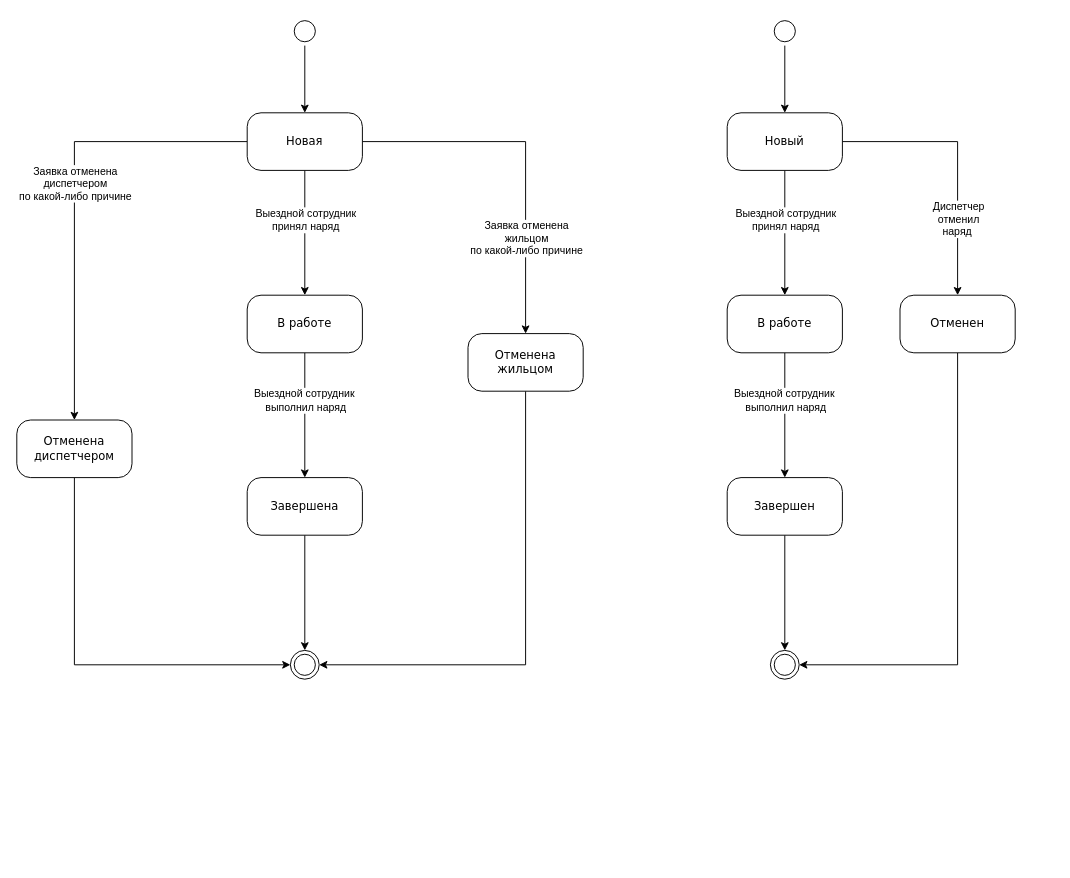
Above: state.drawio in iamquoz/essen (draw.io), before the change. Source tidied: cells renumbered, new cells numbered last; positions are measured from the earlier drawing's top-left corner, leaving out a move shared by most shapes. Both pictures are drawn from the tidied source at 96%, with x=0, y=0 at pixel (16, 16).
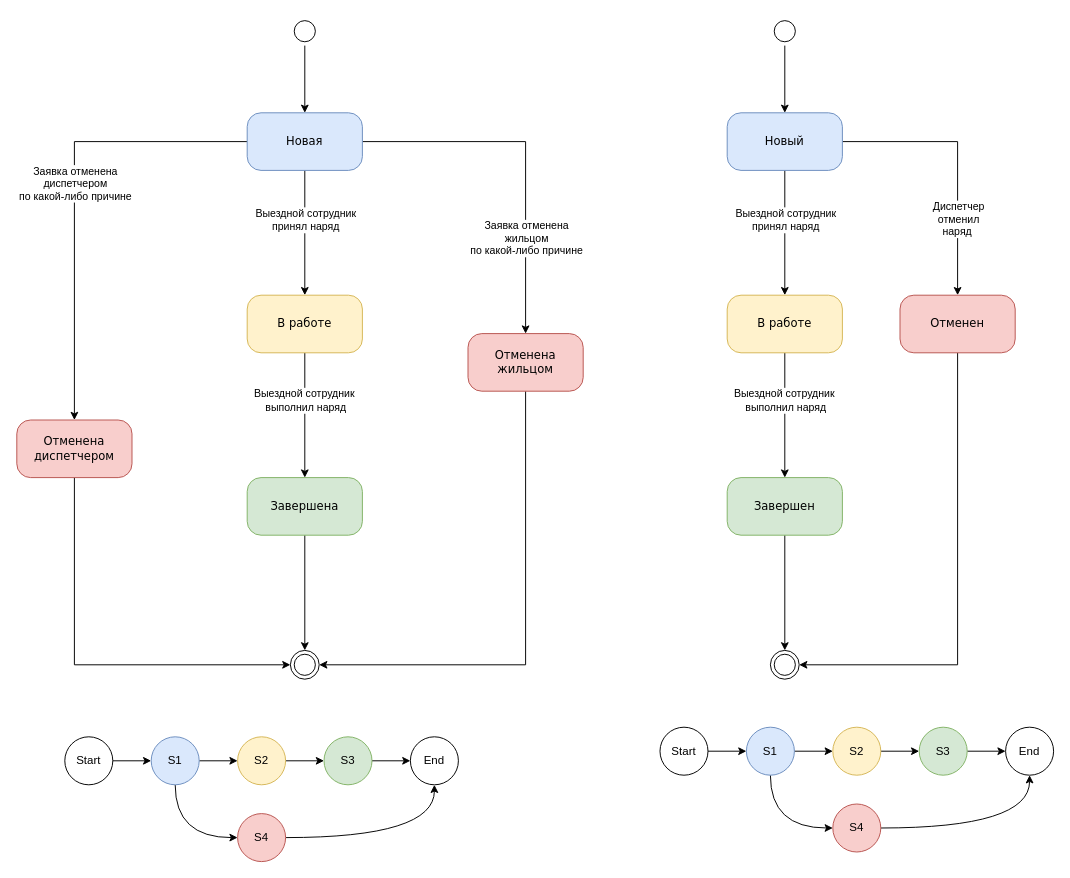
After the change.

Diff of the diagram source:
```diff
@@
-    <mxCell id="5" value="Завершена" style="rounded=1;whiteSpace=wrap;html=1;arcSize=24;shadow=0;comic=0;labelBackgroundColor=none;fontFamily=Verdana;fontSize=12;align=center;" parent="1" vertex="1">
+    <mxCell id="5" value="Завершена" style="rounded=1;whiteSpace=wrap;html=1;arcSize=24;shadow=0;comic=0;labelBackgroundColor=none;fontFamily=Verdana;fontSize=12;align=center;fillColor=#d5e8d4;strokeColor=#82b366;" parent="1" vertex="1">
       <mxGeometry x="240" y="480" width="120" height="60" as="geometry" />
     </mxCell>
@@
-    <mxCell id="11" value="Новая" style="rounded=1;whiteSpace=wrap;html=1;arcSize=24;shadow=0;comic=0;labelBackgroundColor=none;fontFamily=Verdana;fontSize=12;align=center;" parent="1" vertex="1">
+    <mxCell id="11" value="Новая" style="rounded=1;whiteSpace=wrap;html=1;arcSize=24;shadow=0;comic=0;labelBackgroundColor=none;fontFamily=Verdana;fontSize=12;align=center;fillColor=#dae8fc;strokeColor=#6c8ebf;" parent="1" vertex="1">
       <mxGeometry x="240" y="100" width="120" height="60" as="geometry" />
     </mxCell>
@@
-    <mxCell id="14" value="В работе" style="rounded=1;whiteSpace=wrap;html=1;arcSize=24;shadow=0;comic=0;labelBackgroundColor=none;fontFamily=Verdana;fontSize=12;align=center;" parent="1" vertex="1">
+    <mxCell id="14" value="В работе" style="rounded=1;whiteSpace=wrap;html=1;arcSize=24;shadow=0;comic=0;labelBackgroundColor=none;fontFamily=Verdana;fontSize=12;align=center;fillColor=#fff2cc;strokeColor=#d6b656;" parent="1" vertex="1">
       <mxGeometry x="240" y="290" width="120" height="60" as="geometry" />
     </mxCell>
@@
-    <mxCell id="16" value="Отменена жильцом" style="rounded=1;whiteSpace=wrap;html=1;arcSize=24;shadow=0;comic=0;labelBackgroundColor=none;fontFamily=Verdana;fontSize=12;align=center;" parent="1" vertex="1">
+    <mxCell id="16" value="Отменена жильцом" style="rounded=1;whiteSpace=wrap;html=1;arcSize=24;shadow=0;comic=0;labelBackgroundColor=none;fontFamily=Verdana;fontSize=12;align=center;fillColor=#f8cecc;strokeColor=#b85450;" parent="1" vertex="1">
       <mxGeometry x="470" y="330" width="120" height="60" as="geometry" />
     </mxCell>
@@
-    <mxCell id="18" value="Отменена диспетчером" style="rounded=1;whiteSpace=wrap;html=1;arcSize=24;shadow=0;comic=0;labelBackgroundColor=none;fontFamily=Verdana;fontSize=12;align=center;" parent="1" vertex="1">
+    <mxCell id="18" value="Отменена диспетчером" style="rounded=1;whiteSpace=wrap;html=1;arcSize=24;shadow=0;comic=0;labelBackgroundColor=none;fontFamily=Verdana;fontSize=12;align=center;fillColor=#f8cecc;strokeColor=#b85450;" parent="1" vertex="1">
       <mxGeometry y="420" width="120" height="60" as="geometry" />
     </mxCell>
@@
-    <mxCell id="24" value="Завершен" style="rounded=1;whiteSpace=wrap;html=1;arcSize=24;shadow=0;comic=0;labelBackgroundColor=none;fontFamily=Verdana;fontSize=12;align=center;" parent="1" vertex="1">
+    <mxCell id="24" value="Завершен" style="rounded=1;whiteSpace=wrap;html=1;arcSize=24;shadow=0;comic=0;labelBackgroundColor=none;fontFamily=Verdana;fontSize=12;align=center;fillColor=#d5e8d4;strokeColor=#82b366;" parent="1" vertex="1">
       <mxGeometry x="740" y="480" width="120" height="60" as="geometry" />
     </mxCell>
@@
-    <mxCell id="29" value="Новый" style="rounded=1;whiteSpace=wrap;html=1;arcSize=24;shadow=0;comic=0;labelBackgroundColor=none;fontFamily=Verdana;fontSize=12;align=center;" parent="1" vertex="1">
+    <mxCell id="29" value="Новый" style="rounded=1;whiteSpace=wrap;html=1;arcSize=24;shadow=0;comic=0;labelBackgroundColor=none;fontFamily=Verdana;fontSize=12;align=center;fillColor=#dae8fc;strokeColor=#6c8ebf;" parent="1" vertex="1">
       <mxGeometry x="740" y="100" width="120" height="60" as="geometry" />
     </mxCell>
@@
-    <mxCell id="32" value="В работе" style="rounded=1;whiteSpace=wrap;html=1;arcSize=24;shadow=0;comic=0;labelBackgroundColor=none;fontFamily=Verdana;fontSize=12;align=center;" parent="1" vertex="1">
+    <mxCell id="32" value="В работе" style="rounded=1;whiteSpace=wrap;html=1;arcSize=24;shadow=0;comic=0;labelBackgroundColor=none;fontFamily=Verdana;fontSize=12;align=center;fillColor=#fff2cc;strokeColor=#d6b656;" parent="1" vertex="1">
       <mxGeometry x="740" y="290" width="120" height="60" as="geometry" />
     </mxCell>
@@
-    <mxCell id="35" value="Отменен" style="rounded=1;whiteSpace=wrap;html=1;arcSize=24;shadow=0;comic=0;labelBackgroundColor=none;fontFamily=Verdana;fontSize=12;align=center;" parent="1" vertex="1">
+    <mxCell id="35" value="Отменен" style="rounded=1;whiteSpace=wrap;html=1;arcSize=24;shadow=0;comic=0;labelBackgroundColor=none;fontFamily=Verdana;fontSize=12;align=center;fillColor=#f8cecc;strokeColor=#b85450;" parent="1" vertex="1">
       <mxGeometry x="920" y="290" width="120" height="60" as="geometry" />
     </mxCell>
+    <mxCell id="36" style="edgeStyle=orthogonalEdgeStyle;rounded=0;jettySize=auto;html=1;entryX=0;entryY=0.5;entryDx=0;entryDy=0;" parent="1" edge="1" source="37" target="40">
+      <mxGeometry relative="1" as="geometry" />
+    </mxCell>
+    <mxCell id="37" value="Start" style="ellipse;whiteSpace=wrap;html=1;" parent="1" vertex="1">
+      <mxGeometry x="50" y="750" width="50" height="50" as="geometry" />
+    </mxCell>
+    <mxCell id="38" style="edgeStyle=orthogonalEdgeStyle;rounded=0;jettySize=auto;html=1;entryX=0;entryY=0.5;entryDx=0;entryDy=0;" parent="1" edge="1" source="40" target="42">
+      <mxGeometry relative="1" as="geometry" />
+    </mxCell>
+    <mxCell id="39" style="edgeStyle=orthogonalEdgeStyle;jettySize=auto;html=1;entryX=0;entryY=0.5;entryDx=0;entryDy=0;curved=1;exitX=0.5;exitY=1;exitDx=0;exitDy=0;" parent="1" edge="1" source="40" target="47">
+      <mxGeometry relative="1" as="geometry" />
+    </mxCell>
+    <mxCell id="40" value="S1" style="ellipse;whiteSpace=wrap;html=1;fillColor=#dae8fc;strokeColor=#6c8ebf;" parent="1" vertex="1">
+      <mxGeometry x="140" y="750" width="50" height="50" as="geometry" />
+    </mxCell>
+    <mxCell id="41" style="edgeStyle=orthogonalEdgeStyle;rounded=0;jettySize=auto;html=1;entryX=0;entryY=0.5;entryDx=0;entryDy=0;" parent="1" edge="1" source="42" target="44">
+      <mxGeometry relative="1" as="geometry" />
+    </mxCell>
+    <mxCell id="42" value="S2" style="ellipse;whiteSpace=wrap;html=1;fillColor=#fff2cc;strokeColor=#d6b656;" parent="1" vertex="1">
+      <mxGeometry x="230" y="750" width="50" height="50" as="geometry" />
+    </mxCell>
+    <mxCell id="43" style="edgeStyle=orthogonalEdgeStyle;rounded=0;jettySize=auto;html=1;entryX=0;entryY=0.5;entryDx=0;entryDy=0;" parent="1" edge="1" source="44" target="45">
+      <mxGeometry relative="1" as="geometry" />
+    </mxCell>
+    <mxCell id="44" value="S3" style="ellipse;whiteSpace=wrap;html=1;fillColor=#d5e8d4;strokeColor=#82b366;" parent="1" vertex="1">
+      <mxGeometry x="320" y="750" width="50" height="50" as="geometry" />
+    </mxCell>
+    <mxCell id="45" value="End" style="ellipse;whiteSpace=wrap;html=1;" parent="1" vertex="1">
+      <mxGeometry x="410" y="750" width="50" height="50" as="geometry" />
+    </mxCell>
+    <mxCell id="46" style="edgeStyle=orthogonalEdgeStyle;jettySize=auto;html=1;entryX=0.5;entryY=1;entryDx=0;entryDy=0;curved=1;" parent="1" edge="1" source="47" target="45">
+      <mxGeometry relative="1" as="geometry" />
+    </mxCell>
+    <mxCell id="47" value="S4" style="ellipse;whiteSpace=wrap;html=1;fillColor=#f8cecc;strokeColor=#b85450;" parent="1" vertex="1">
+      <mxGeometry x="230" y="830" width="50" height="50" as="geometry" />
+    </mxCell>
+    <mxCell id="48" style="edgeStyle=orthogonalEdgeStyle;rounded=0;jettySize=auto;html=1;entryX=0;entryY=0.5;entryDx=0;entryDy=0;" parent="1" edge="1" source="49" target="52">
+      <mxGeometry relative="1" as="geometry" />
+    </mxCell>
+    <mxCell id="49" value="Start" style="ellipse;whiteSpace=wrap;html=1;" parent="1" vertex="1">
+      <mxGeometry x="670" y="740" width="50" height="50" as="geometry" />
+    </mxCell>
+    <mxCell id="50" style="edgeStyle=orthogonalEdgeStyle;rounded=0;jettySize=auto;html=1;entryX=0;entryY=0.5;entryDx=0;entryDy=0;" parent="1" edge="1" source="52" target="54">
+      <mxGeometry relative="1" as="geometry" />
+    </mxCell>
+    <mxCell id="51" style="edgeStyle=orthogonalEdgeStyle;jettySize=auto;html=1;entryX=0;entryY=0.5;entryDx=0;entryDy=0;curved=1;exitX=0.5;exitY=1;exitDx=0;exitDy=0;" parent="1" edge="1" source="52" target="59">
+      <mxGeometry relative="1" as="geometry" />
+    </mxCell>
+    <mxCell id="52" value="S1" style="ellipse;whiteSpace=wrap;html=1;fillColor=#dae8fc;strokeColor=#6c8ebf;" parent="1" vertex="1">
+      <mxGeometry x="760" y="740" width="50" height="50" as="geometry" />
+    </mxCell>
+    <mxCell id="53" style="edgeStyle=orthogonalEdgeStyle;rounded=0;jettySize=auto;html=1;entryX=0;entryY=0.5;entryDx=0;entryDy=0;" parent="1" edge="1" source="54" target="56">
+      <mxGeometry relative="1" as="geometry" />
+    </mxCell>
+    <mxCell id="54" value="S2" style="ellipse;whiteSpace=wrap;html=1;fillColor=#fff2cc;strokeColor=#d6b656;" parent="1" vertex="1">
+      <mxGeometry x="850" y="740" width="50" height="50" as="geometry" />
+    </mxCell>
+    <mxCell id="55" style="edgeStyle=orthogonalEdgeStyle;rounded=0;jettySize=auto;html=1;entryX=0;entryY=0.5;entryDx=0;entryDy=0;" parent="1" edge="1" source="56" target="57">
+      <mxGeometry relative="1" as="geometry" />
+    </mxCell>
+    <mxCell id="56" value="S3" style="ellipse;whiteSpace=wrap;html=1;fillColor=#d5e8d4;strokeColor=#82b366;" parent="1" vertex="1">
+      <mxGeometry x="940" y="740" width="50" height="50" as="geometry" />
+    </mxCell>
+    <mxCell id="57" value="End" style="ellipse;whiteSpace=wrap;html=1;" parent="1" vertex="1">
+      <mxGeometry x="1030" y="740" width="50" height="50" as="geometry" />
+    </mxCell>
+    <mxCell id="58" style="edgeStyle=orthogonalEdgeStyle;jettySize=auto;html=1;entryX=0.5;entryY=1;entryDx=0;entryDy=0;curved=1;" parent="1" edge="1" source="59" target="57">
+      <mxGeometry relative="1" as="geometry" />
+    </mxCell>
+    <mxCell id="59" value="S4" style="ellipse;whiteSpace=wrap;html=1;fillColor=#f8cecc;strokeColor=#b85450;" parent="1" vertex="1">
+      <mxGeometry x="850" y="820" width="50" height="50" as="geometry" />
+    </mxCell>
```
